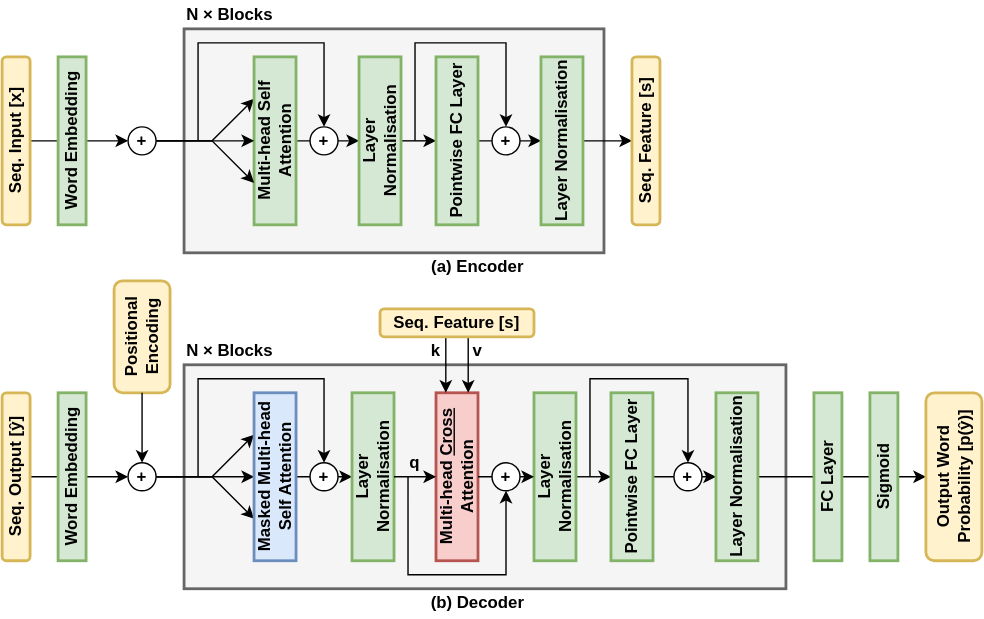
Above: transformer_decoding.svg in yyhtbs-yye/course_images (draw.io), before the change. Source tidied: cells renumbered, new cells last; positions are measured from the earlier drawing's top-left corner, leaving out a move shared by most shapes.
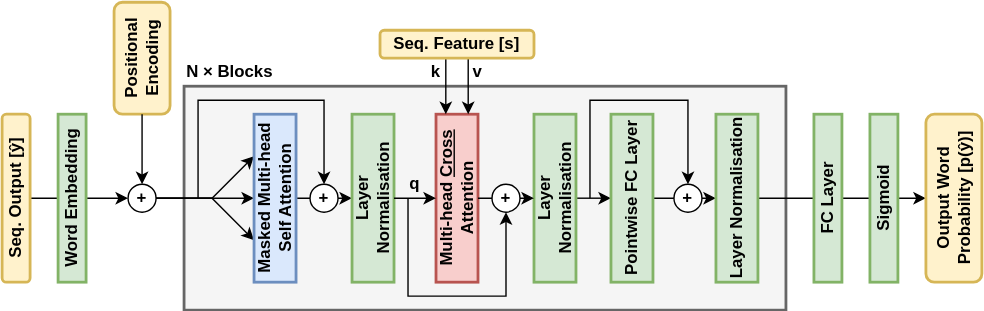
Above is the later version.

What changed in the source:
```diff
@@ -154,100 +154,5 @@
     <mxCell id="39" value="Masked Multi-head Self Attention" style="rounded=0;whiteSpace=wrap;html=1;fillColor=#dae8fc;strokeColor=#6c8ebf;horizontal=0;fontStyle=1;strokeWidth=2;" parent="1" vertex="1">
       <mxGeometry x="180" y="280" width="30" height="120" as="geometry" />
     </mxCell>
-    <mxCell id="40" style="rounded=0;whiteSpace=wrap;html=1;strokeWidth=2;fillColor=#f5f5f5;fontColor=#333333;strokeColor=#666666;" parent="1" vertex="1">
-      <mxGeometry x="130" y="20" width="300" height="160" as="geometry" />
-    </mxCell>
-    <mxCell id="41" style="rounded=0;jettySize=auto;html=1;entryX=0;entryY=0.25;entryDx=0;entryDy=0;" parent="1" edge="1" source="45" target="47">
-      <mxGeometry relative="1" as="geometry">
-        <Array as="points">
-          <mxPoint x="150" y="100" />
-        </Array>
-      </mxGeometry>
-    </mxCell>
-    <mxCell id="42" style="rounded=0;jettySize=auto;html=1;" parent="1" edge="1" source="43" target="45">
-      <mxGeometry relative="1" as="geometry" />
-    </mxCell>
-    <mxCell id="43" value="Seq. Input [x]" style="rounded=1;whiteSpace=wrap;html=1;fillColor=#fff2cc;strokeColor=#d6b656;horizontal=0;fontStyle=1;strokeWidth=2;" parent="1" vertex="1">
-      <mxGeometry y="40" width="20" height="120" as="geometry" />
-    </mxCell>
-    <mxCell id="44" value="Word Embedding" style="rounded=0;whiteSpace=wrap;html=1;fillColor=#d5e8d4;strokeColor=#82b366;horizontal=0;fontStyle=1;strokeWidth=2;" parent="1" vertex="1">
-      <mxGeometry x="40" y="40" width="20" height="120" as="geometry" />
-    </mxCell>
-    <mxCell id="45" value="+" style="ellipse;whiteSpace=wrap;html=1;fontStyle=1;" parent="1" vertex="1">
-      <mxGeometry x="90" y="90" width="20" height="20" as="geometry" />
-    </mxCell>
-    <mxCell id="46" style="rounded=0;jettySize=auto;html=1;" parent="1" edge="1" source="47" target="49">
-      <mxGeometry relative="1" as="geometry" />
-    </mxCell>
-    <mxCell id="47" value="Multi-head Self Attention" style="rounded=0;whiteSpace=wrap;html=1;fillColor=#d5e8d4;strokeColor=#82b366;horizontal=0;fontStyle=1;strokeWidth=2;" parent="1" vertex="1">
-      <mxGeometry x="180" y="40" width="30" height="120" as="geometry" />
-    </mxCell>
-    <mxCell id="48" style="rounded=0;jettySize=auto;html=1;exitX=1;exitY=0.5;exitDx=0;exitDy=0;" parent="1" edge="1" source="49" target="51">
-      <mxGeometry relative="1" as="geometry" />
-    </mxCell>
-    <mxCell id="49" value="Layer&lt;br&gt;Normalisation" style="rounded=0;whiteSpace=wrap;html=1;fillColor=#d5e8d4;strokeColor=#82b366;horizontal=0;fontStyle=1;strokeWidth=2;" parent="1" vertex="1">
-      <mxGeometry x="255" y="40" width="30" height="120" as="geometry" />
-    </mxCell>
-    <mxCell id="50" style="rounded=0;jettySize=auto;html=1;" parent="1" edge="1" source="51" target="53">
-      <mxGeometry relative="1" as="geometry" />
-    </mxCell>
-    <mxCell id="51" value="Pointwise FC Layer" style="rounded=0;whiteSpace=wrap;html=1;fillColor=#d5e8d4;strokeColor=#82b366;horizontal=0;fontStyle=1;strokeWidth=2;" parent="1" vertex="1">
-      <mxGeometry x="310" y="40" width="30" height="120" as="geometry" />
-    </mxCell>
-    <mxCell id="52" style="rounded=0;jettySize=auto;html=1;" parent="1" edge="1" source="53">
-      <mxGeometry relative="1" as="geometry">
-        <mxPoint x="450" y="100" as="targetPoint" />
-      </mxGeometry>
-    </mxCell>
-    <mxCell id="53" value="Layer Normalisation" style="rounded=0;whiteSpace=wrap;html=1;fillColor=#d5e8d4;strokeColor=#82b366;horizontal=0;fontStyle=1;strokeWidth=2;" parent="1" vertex="1">
-      <mxGeometry x="385" y="40" width="30" height="120" as="geometry" />
-    </mxCell>
-    <mxCell id="54" value="N × Blocks" style="text;html=1;strokeColor=none;fillColor=none;align=left;verticalAlign=middle;whiteSpace=wrap;rounded=0;fontStyle=1;" parent="1" vertex="1">
-      <mxGeometry x="130" width="100" height="20" as="geometry" />
-    </mxCell>
-    <mxCell id="55" style="rounded=0;jettySize=auto;html=1;entryX=0;entryY=0.75;entryDx=0;entryDy=0;" parent="1" edge="1" source="45" target="47">
-      <mxGeometry relative="1" as="geometry">
-        <Array as="points">
-          <mxPoint x="150" y="100" />
-        </Array>
-      </mxGeometry>
-    </mxCell>
-    <mxCell id="56" style="rounded=0;jettySize=auto;html=1;entryX=0;entryY=0.5;entryDx=0;entryDy=0;" parent="1" edge="1" source="45" target="47">
-      <mxGeometry relative="1" as="geometry" />
-    </mxCell>
-    <mxCell id="57" style="endArrow=classic;html=1;rounded=0;" parent="1" edge="1" target="58">
-      <mxGeometry relative="1" as="geometry">
-        <mxPoint x="140" y="100" as="sourcePoint" />
-        <Array as="points">
-          <mxPoint x="140" y="30" />
-          <mxPoint x="230" y="30" />
-        </Array>
-      </mxGeometry>
-    </mxCell>
-    <mxCell id="58" value="+" style="ellipse;whiteSpace=wrap;html=1;fontStyle=1;" parent="1" vertex="1">
-      <mxGeometry x="220" y="90" width="20" height="20" as="geometry" />
-    </mxCell>
-    <mxCell id="59" value="+" style="ellipse;whiteSpace=wrap;html=1;fontStyle=1;" parent="1" vertex="1">
-      <mxGeometry x="350" y="90" width="20" height="20" as="geometry" />
-    </mxCell>
-    <mxCell id="60" style="endArrow=classic;html=1;rounded=0;" parent="1" edge="1">
-      <mxGeometry relative="1" as="geometry">
-        <mxPoint x="295" y="100" as="sourcePoint" />
-        <mxPoint x="360" y="90" as="targetPoint" />
-        <Array as="points">
-          <mxPoint x="295" y="30" />
-          <mxPoint x="360" y="30" />
-        </Array>
-      </mxGeometry>
-    </mxCell>
-    <mxCell id="61" value="Seq. Feature [s]" style="rounded=1;whiteSpace=wrap;html=1;fillColor=#fff2cc;strokeColor=#d6b656;horizontal=0;fontStyle=1;strokeWidth=2;" parent="1" vertex="1">
-      <mxGeometry x="450" y="40" width="20" height="120" as="geometry" />
-    </mxCell>
-    <mxCell id="62" value="(a) Encoder" style="text;html=1;strokeColor=none;fillColor=none;align=center;verticalAlign=middle;whiteSpace=wrap;rounded=0;fontStyle=1;" parent="1" vertex="1">
-      <mxGeometry y="180" width="680" height="20" as="geometry" />
-    </mxCell>
-    <mxCell id="63" value="(b) Decoder" style="text;html=1;strokeColor=none;fillColor=none;align=center;verticalAlign=middle;whiteSpace=wrap;rounded=0;fontStyle=1;" parent="1" vertex="1">
-      <mxGeometry y="420" width="680" height="20" as="geometry" />
-    </mxCell>
   </root>
 </mxGraphModel>
```
